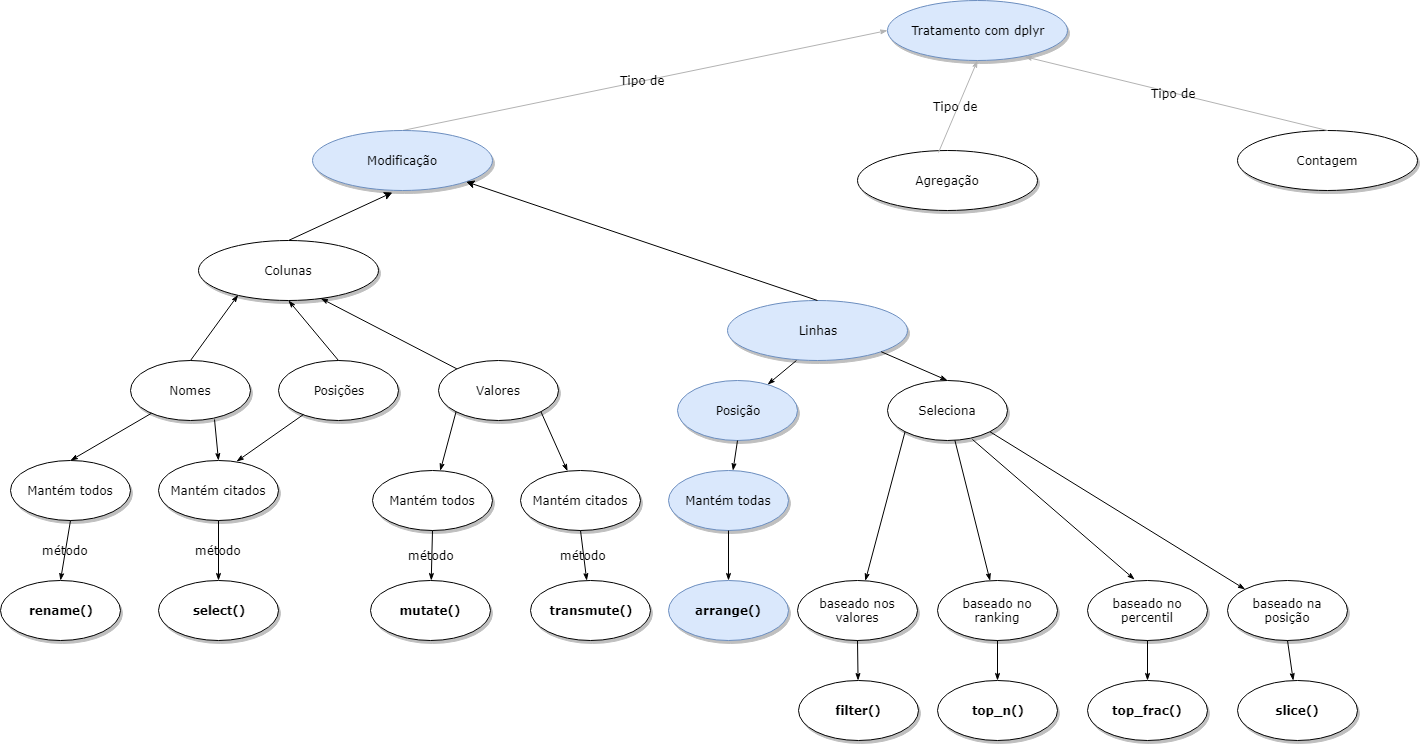
crotman/CursoR keeps this draw.io diagram as diagramas/dplyr_arrange.png. Above is the earlier version. Source tidied: cells renumbered, new cells last; positions are measured from the earlier drawing's top-left corner, leaving out a move shared by most shapes.
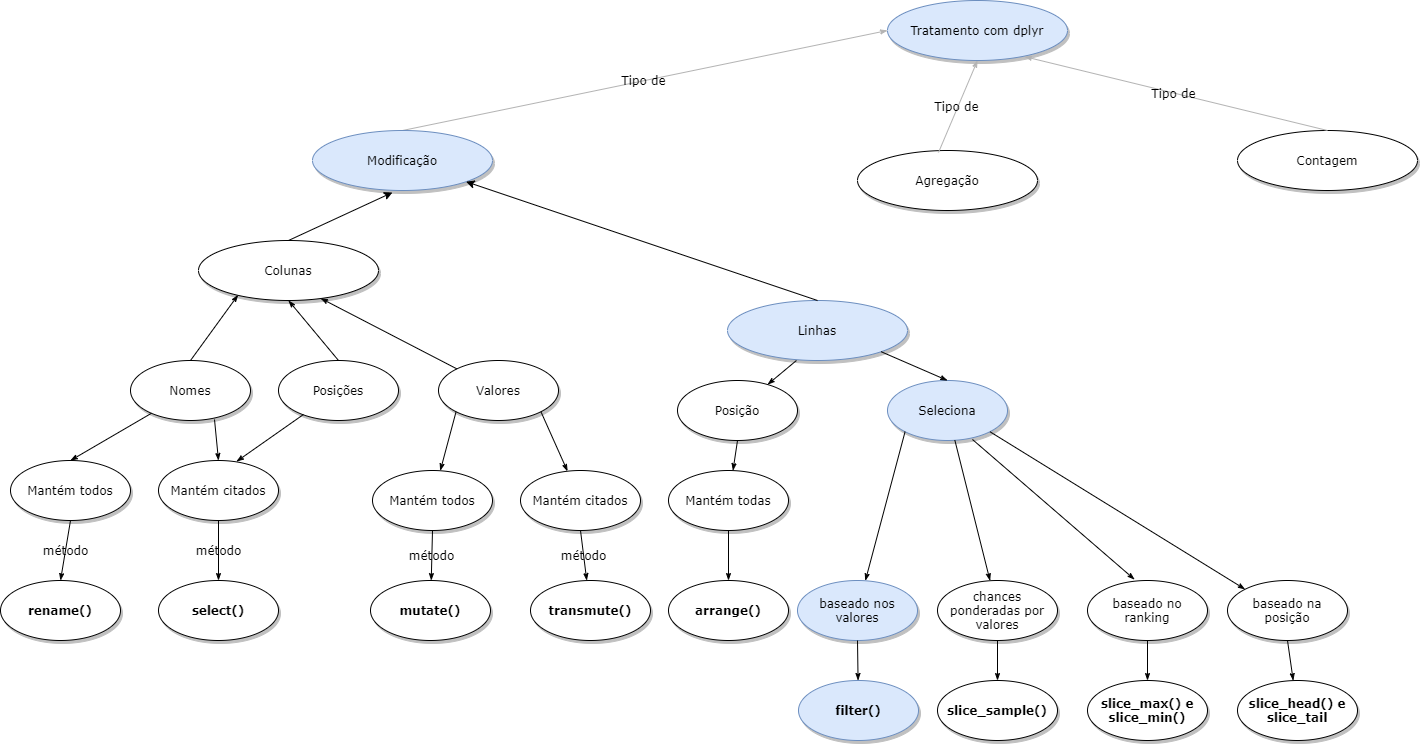
The same diagram one commit later.

Diff of the diagram source:
```diff
@@ -104,37 +104,37 @@
     <mxCell id="35" style="rounded=0;jettySize=auto;html=1;exitX=0.5;exitY=0;exitDx=0;exitDy=0;entryX=1;entryY=1;entryDx=0;entryDy=0;" parent="1" edge="1" source="34" target="33">
       <mxGeometry relative="1" as="geometry" />
     </mxCell>
-    <mxCell id="36" value="Posição" style="ellipse;whiteSpace=wrap;html=1;rounded=0;shadow=1;comic=0;labelBackgroundColor=none;strokeWidth=1;fontFamily=Verdana;fontSize=12;align=center;fillColor=#dae8fc;strokeColor=#6c8ebf;" parent="1" vertex="1">
+    <mxCell id="36" value="Posição" style="ellipse;whiteSpace=wrap;html=1;rounded=0;shadow=1;comic=0;labelBackgroundColor=none;strokeWidth=1;fontFamily=Verdana;fontSize=12;align=center;" parent="1" vertex="1">
       <mxGeometry x="677" y="380" width="120" height="60" as="geometry" />
     </mxCell>
     <mxCell id="37" style="edgeStyle=none;rounded=1;html=1;labelBackgroundColor=none;startArrow=none;startFill=0;startSize=5;endArrow=classicThin;endFill=1;endSize=5;jettySize=auto;strokeWidth=1;fontFamily=Verdana;fontSize=12;fontColor=#000000;exitX=0.383;exitY=1;exitDx=0;exitDy=0;exitPerimeter=0;" parent="1" edge="1" source="34" target="36">
       <mxGeometry relative="1" as="geometry" />
     </mxCell>
-    <mxCell id="38" value="Mantém todas" style="ellipse;whiteSpace=wrap;html=1;rounded=0;shadow=1;comic=0;labelBackgroundColor=none;strokeWidth=1;fontFamily=Verdana;fontSize=12;align=center;fillColor=#dae8fc;strokeColor=#6c8ebf;" parent="1" vertex="1">
+    <mxCell id="38" value="Mantém todas" style="ellipse;whiteSpace=wrap;html=1;rounded=0;shadow=1;comic=0;labelBackgroundColor=none;strokeWidth=1;fontFamily=Verdana;fontSize=12;align=center;" parent="1" vertex="1">
       <mxGeometry x="668" y="470" width="120" height="60" as="geometry" />
     </mxCell>
     <mxCell id="39" style="edgeStyle=none;rounded=1;html=1;labelBackgroundColor=none;startArrow=none;startFill=0;startSize=5;endArrow=classicThin;endFill=1;endSize=5;jettySize=auto;strokeWidth=1;fontFamily=Verdana;fontSize=12;fontColor=#000000;exitX=0.5;exitY=1;exitDx=0;exitDy=0;" parent="1" edge="1" source="36" target="38">
       <mxGeometry relative="1" as="geometry" />
     </mxCell>
-    <mxCell id="40" value="arrange()" style="ellipse;whiteSpace=wrap;html=1;rounded=0;shadow=1;comic=0;labelBackgroundColor=none;strokeWidth=1;fontFamily=Verdana;fontSize=12;align=center;fontStyle=1;fillColor=#dae8fc;strokeColor=#6c8ebf;" parent="1" vertex="1">
+    <mxCell id="40" value="arrange()" style="ellipse;whiteSpace=wrap;html=1;rounded=0;shadow=1;comic=0;labelBackgroundColor=none;strokeWidth=1;fontFamily=Verdana;fontSize=12;align=center;fontStyle=1;" parent="1" vertex="1">
       <mxGeometry x="668" y="580" width="120" height="60" as="geometry" />
     </mxCell>
     <mxCell id="41" style="edgeStyle=none;rounded=1;html=1;labelBackgroundColor=none;startArrow=none;startFill=0;startSize=5;endArrow=classicThin;endFill=1;endSize=5;jettySize=auto;strokeWidth=1;fontFamily=Verdana;fontSize=12;fontColor=#000000;exitX=0.5;exitY=1;exitDx=0;exitDy=0;entryX=0.5;entryY=0;entryDx=0;entryDy=0;" parent="1" edge="1" source="38" target="40">
       <mxGeometry relative="1" as="geometry" />
     </mxCell>
-    <mxCell id="42" value="Seleciona" style="ellipse;whiteSpace=wrap;html=1;rounded=0;shadow=1;comic=0;labelBackgroundColor=none;strokeWidth=1;fontFamily=Verdana;fontSize=12;align=center;" parent="1" vertex="1">
+    <mxCell id="42" value="Seleciona" style="ellipse;whiteSpace=wrap;html=1;rounded=0;shadow=1;comic=0;labelBackgroundColor=none;strokeWidth=1;fontFamily=Verdana;fontSize=12;align=center;fillColor=#dae8fc;strokeColor=#6c8ebf;" parent="1" vertex="1">
       <mxGeometry x="887" y="380" width="120" height="60" as="geometry" />
     </mxCell>
     <mxCell id="43" style="edgeStyle=none;rounded=1;html=1;labelBackgroundColor=none;startArrow=none;startFill=0;startSize=5;endArrow=classicThin;endFill=1;endSize=5;jettySize=auto;strokeWidth=1;fontFamily=Verdana;fontSize=12;fontColor=#000000;entryX=0.5;entryY=0;entryDx=0;entryDy=0;exitX=1;exitY=1;exitDx=0;exitDy=0;" parent="1" edge="1" source="34" target="42">
       <mxGeometry relative="1" as="geometry" />
     </mxCell>
-    <mxCell id="44" value="baseado nos valores" style="ellipse;whiteSpace=wrap;html=1;rounded=0;shadow=1;comic=0;labelBackgroundColor=none;strokeWidth=1;fontFamily=Verdana;fontSize=12;align=center;" parent="1" vertex="1">
+    <mxCell id="44" value="baseado nos valores" style="ellipse;whiteSpace=wrap;html=1;rounded=0;shadow=1;comic=0;labelBackgroundColor=none;strokeWidth=1;fontFamily=Verdana;fontSize=12;align=center;fillColor=#dae8fc;strokeColor=#6c8ebf;" parent="1" vertex="1">
       <mxGeometry x="797" y="580" width="120" height="60" as="geometry" />
     </mxCell>
-    <mxCell id="45" value="baseado no ranking" style="ellipse;whiteSpace=wrap;html=1;rounded=0;shadow=1;comic=0;labelBackgroundColor=none;strokeWidth=1;fontFamily=Verdana;fontSize=12;align=center;" parent="1" vertex="1">
+    <mxCell id="45" value="chances ponderadas por valores" style="ellipse;whiteSpace=wrap;html=1;rounded=0;shadow=1;comic=0;labelBackgroundColor=none;strokeWidth=1;fontFamily=Verdana;fontSize=12;align=center;" parent="1" vertex="1">
       <mxGeometry x="937" y="580" width="120" height="60" as="geometry" />
     </mxCell>
-    <mxCell id="46" value="baseado no percentil" style="ellipse;whiteSpace=wrap;html=1;rounded=0;shadow=1;comic=0;labelBackgroundColor=none;strokeWidth=1;fontFamily=Verdana;fontSize=12;align=center;" parent="1" vertex="1">
+    <mxCell id="46" value="baseado no ranking" style="ellipse;whiteSpace=wrap;html=1;rounded=0;shadow=1;comic=0;labelBackgroundColor=none;strokeWidth=1;fontFamily=Verdana;fontSize=12;align=center;" parent="1" vertex="1">
       <mxGeometry x="1087" y="580" width="120" height="60" as="geometry" />
     </mxCell>
     <mxCell id="47" value="baseado na posição" style="ellipse;whiteSpace=wrap;html=1;rounded=0;shadow=1;comic=0;labelBackgroundColor=none;strokeWidth=1;fontFamily=Verdana;fontSize=12;align=center;" parent="1" vertex="1">
@@ -152,16 +152,16 @@
     <mxCell id="51" style="edgeStyle=none;rounded=1;html=1;labelBackgroundColor=none;startArrow=none;startFill=0;startSize=5;endArrow=classicThin;endFill=1;endSize=5;jettySize=auto;strokeWidth=1;fontFamily=Verdana;fontSize=12;fontColor=#000000;entryX=0;entryY=0;entryDx=0;entryDy=0;exitX=1;exitY=1;exitDx=0;exitDy=0;" parent="1" edge="1" source="42" target="47">
       <mxGeometry relative="1" as="geometry" />
     </mxCell>
-    <mxCell id="52" value="filter()" style="ellipse;whiteSpace=wrap;html=1;rounded=0;shadow=1;comic=0;labelBackgroundColor=none;strokeWidth=1;fontFamily=Verdana;fontSize=12;align=center;fontStyle=1;" parent="1" vertex="1">
+    <mxCell id="52" value="filter()" style="ellipse;whiteSpace=wrap;html=1;rounded=0;shadow=1;comic=0;labelBackgroundColor=none;strokeWidth=1;fontFamily=Verdana;fontSize=12;align=center;fontStyle=1;fillColor=#dae8fc;strokeColor=#6c8ebf;" parent="1" vertex="1">
       <mxGeometry x="798" y="680" width="120" height="60" as="geometry" />
     </mxCell>
-    <mxCell id="53" value="top_n()" style="ellipse;whiteSpace=wrap;html=1;rounded=0;shadow=1;comic=0;labelBackgroundColor=none;strokeWidth=1;fontFamily=Verdana;fontSize=12;align=center;fontStyle=1;" parent="1" vertex="1">
+    <mxCell id="53" value="slice_sample()" style="ellipse;whiteSpace=wrap;html=1;rounded=0;shadow=1;comic=0;labelBackgroundColor=none;strokeWidth=1;fontFamily=Verdana;fontSize=12;align=center;fontStyle=1;" parent="1" vertex="1">
       <mxGeometry x="937" y="680" width="120" height="60" as="geometry" />
     </mxCell>
-    <mxCell id="54" value="top_frac()" style="ellipse;whiteSpace=wrap;html=1;rounded=0;shadow=1;comic=0;labelBackgroundColor=none;strokeWidth=1;fontFamily=Verdana;fontSize=12;align=center;fontStyle=1;" parent="1" vertex="1">
+    <mxCell id="54" value="slice_max() e slice_min()" style="ellipse;whiteSpace=wrap;html=1;rounded=0;shadow=1;comic=0;labelBackgroundColor=none;strokeWidth=1;fontFamily=Verdana;fontSize=12;align=center;fontStyle=1;" parent="1" vertex="1">
       <mxGeometry x="1087" y="680" width="120" height="60" as="geometry" />
     </mxCell>
-    <mxCell id="55" value="slice()" style="ellipse;whiteSpace=wrap;html=1;rounded=0;shadow=1;comic=0;labelBackgroundColor=none;strokeWidth=1;fontFamily=Verdana;fontSize=12;align=center;fontStyle=1;" parent="1" vertex="1">
+    <mxCell id="55" value="slice_head() e slice_tail" style="ellipse;whiteSpace=wrap;html=1;rounded=0;shadow=1;comic=0;labelBackgroundColor=none;strokeWidth=1;fontFamily=Verdana;fontSize=12;align=center;fontStyle=1;" parent="1" vertex="1">
       <mxGeometry x="1237" y="680" width="120" height="60" as="geometry" />
     </mxCell>
     <mxCell id="56" style="edgeStyle=none;rounded=1;html=1;labelBackgroundColor=none;startArrow=none;startFill=0;startSize=5;endArrow=classicThin;endFill=1;endSize=5;jettySize=auto;strokeWidth=1;fontFamily=Verdana;fontSize=12;fontColor=#000000;exitX=0.5;exitY=1;exitDx=0;exitDy=0;" parent="1" edge="1" source="44" target="52">
```
